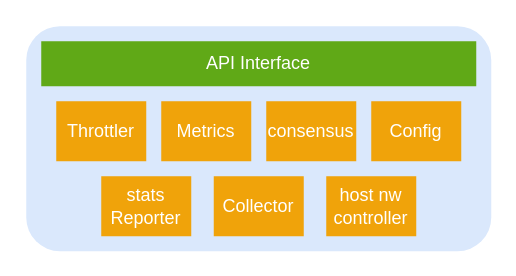
This is falken-generic-lib.drawio from sugchand/drawio, a draw.io file, before an edit. Source tidied: cells renumbered, new cells numbered last; positions are measured from the earlier drawing's top-left corner, leaving out a move shared by most shapes. Both pictures are drawn from the tidied source at 150%, with x=0, y=0 at pixel (26, 26).
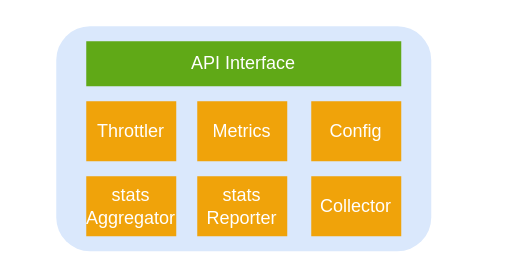
Above is the later version.

Change to the diagram source:
```diff
@@
 <mxGraphModel>
   <root>
     <mxCell id="0" />
     <mxCell id="1" parent="0" />
     <mxCell id="2" style="rounded=1;whiteSpace=wrap;html=1;fillColor=#dae8fc;strokeColor=none;" parent="1" vertex="1">
-      <mxGeometry width="310" height="150" as="geometry" />
+      <mxGeometry x="20" width="250" height="150" as="geometry" />
     </mxCell>
     <mxCell id="3" value="API Interface" style="rounded=0;whiteSpace=wrap;html=1;fillColor=#60a917;fontColor=#ffffff;strokeColor=none;" parent="1" vertex="1">
-      <mxGeometry x="10" y="10" width="290" height="30" as="geometry" />
+      <mxGeometry x="40" y="10" width="210" height="30" as="geometry" />
     </mxCell>
     <mxCell id="4" value="Throttler" style="rounded=0;whiteSpace=wrap;html=1;fillColor=#f0a30a;fontColor=#ffffff;strokeColor=none;" parent="1" vertex="1">
-      <mxGeometry x="20" y="50" width="60" height="40" as="geometry" />
+      <mxGeometry x="40" y="50" width="60" height="40" as="geometry" />
     </mxCell>
     <mxCell id="5" value="Metrics" style="rounded=0;whiteSpace=wrap;html=1;fillColor=#f0a30a;fontColor=#ffffff;strokeColor=none;" parent="1" vertex="1">
-      <mxGeometry x="90" y="50" width="60" height="40" as="geometry" />
+      <mxGeometry x="114" y="50" width="60" height="40" as="geometry" />
     </mxCell>
-    <mxCell id="6" value="consensus" style="rounded=0;whiteSpace=wrap;html=1;fillColor=#f0a30a;fontColor=#ffffff;strokeColor=none;" parent="1" vertex="1">
-      <mxGeometry x="160" y="50" width="60" height="40" as="geometry" />
-    </mxCell>
-    <mxCell id="7" value="stats Reporter" style="rounded=0;whiteSpace=wrap;html=1;fillColor=#f0a30a;fontColor=#ffffff;strokeColor=none;" parent="1" vertex="1">
-      <mxGeometry x="50" y="100" width="60" height="40" as="geometry" />
+    <mxCell id="7" value="stats Aggregator" style="rounded=0;whiteSpace=wrap;html=1;fillColor=#f0a30a;fontColor=#ffffff;strokeColor=none;" parent="1" vertex="1">
+      <mxGeometry x="40" y="100" width="60" height="40" as="geometry" />
     </mxCell>
     <mxCell id="8" value="Config" style="rounded=0;whiteSpace=wrap;html=1;fillColor=#f0a30a;fontColor=#ffffff;strokeColor=none;" parent="1" vertex="1">
-      <mxGeometry x="230" y="50" width="60" height="40" as="geometry" />
+      <mxGeometry x="190" y="50" width="60" height="40" as="geometry" />
     </mxCell>
     <mxCell id="9" value="Collector" style="rounded=0;whiteSpace=wrap;html=1;fillColor=#f0a30a;fontColor=#ffffff;strokeColor=none;" parent="1" vertex="1">
-      <mxGeometry x="125" y="100" width="60" height="40" as="geometry" />
+      <mxGeometry x="190" y="100" width="60" height="40" as="geometry" />
     </mxCell>
-    <mxCell id="10" value="host nw controller" style="rounded=0;whiteSpace=wrap;html=1;fillColor=#f0a30a;fontColor=#ffffff;strokeColor=none;" parent="1" vertex="1">
-      <mxGeometry x="200" y="100" width="60" height="40" as="geometry" />
-    </mxCell>
+    <mxCell id="11" value="stats Reporter" style="rounded=0;whiteSpace=wrap;html=1;fillColor=#f0a30a;fontColor=#ffffff;strokeColor=none;" parent="1" vertex="1">
+      <mxGeometry x="114" y="100" width="60" height="40" as="geometry" />
+    </mxCell>
   </root>
 </mxGraphModel>
```
